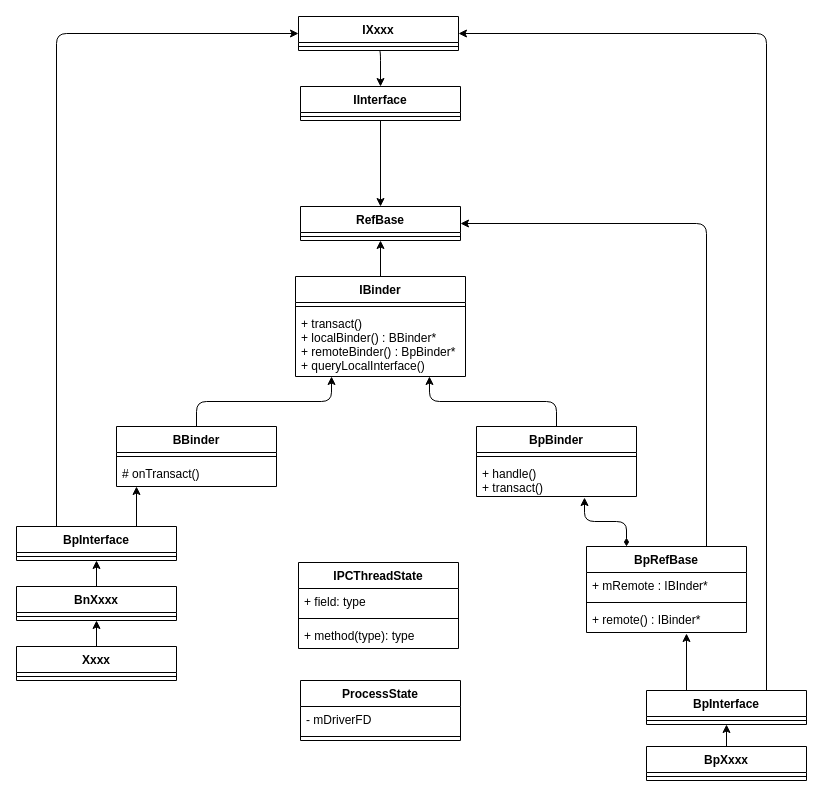
Above: 未命名绘图.drawio in Frezrik/UML (draw.io), before the change. Source tidied: cells renumbered, new cells numbered last; positions are measured from the earlier drawing's top-left corner, leaving out a move shared by most shapes. Both pictures are drawn from the tidied source at 100%, with x=0, y=0 at pixel (16, 16).
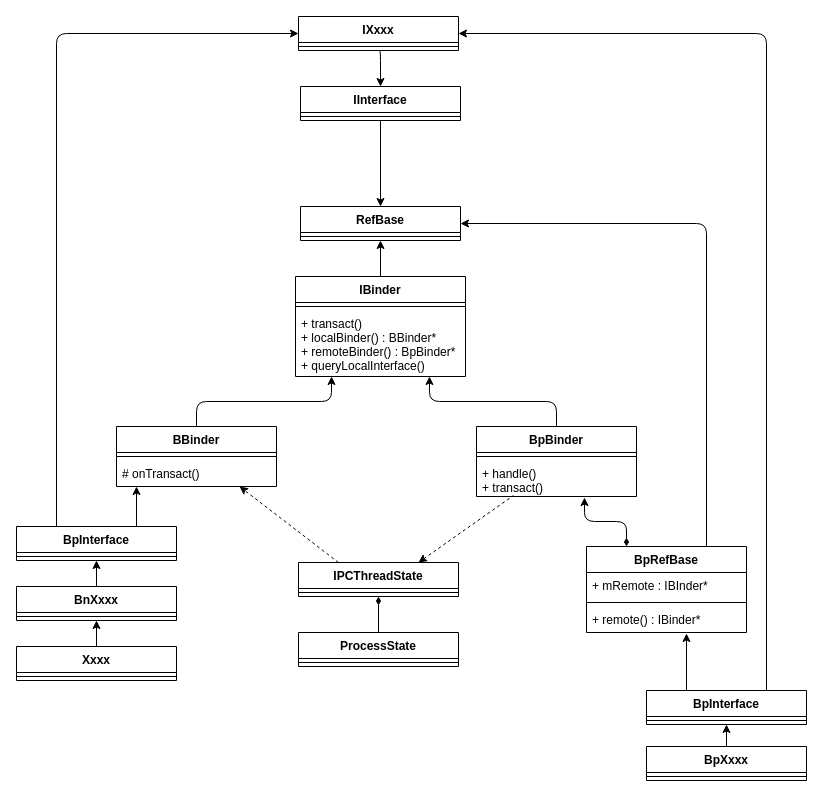
Above is the later version.

Commit message:
更新未命名绘图.drawio

Unchanged cells that the change refers to:
```xml
<mxCell id="11" value="# onTransact()" style="text;strokeColor=none;fillColor=none;align=left;verticalAlign=top;spacingLeft=4;spacingRight=4;overflow=hidden;points=[[0,0.5],[1,0.5]];portConstraint=eastwest;" parent="9" vertex="1">
  <mxGeometry y="34" width="160" height="26" as="geometry" />
</mxCell>
<mxCell id="15" value="+ handle()&#10;+ transact()" style="text;strokeColor=none;fillColor=none;align=left;verticalAlign=top;spacingLeft=4;spacingRight=4;overflow=hidden;points=[[0,0.5],[1,0.5]];portConstraint=eastwest;" parent="13" vertex="1">
  <mxGeometry y="34" width="160" height="36" as="geometry" />
</mxCell>
```

Diff of the diagram source:
```diff
@@
+    <mxCell id="52" style="rounded=0;jettySize=auto;html=1;exitX=0.25;exitY=0;exitDx=0;exitDy=0;entryX=0.769;entryY=1;entryDx=0;entryDy=0;entryPerimeter=0;dashed=1;startArrow=none;startFill=0;endArrow=classic;endFill=1;" parent="1" edge="1" source="45" target="11">
+      <mxGeometry relative="1" as="geometry" />
+    </mxCell>
+    <mxCell id="53" style="rounded=0;jettySize=auto;html=1;exitX=0.75;exitY=0;exitDx=0;exitDy=0;entryX=0.231;entryY=0.972;entryDx=0;entryDy=0;entryPerimeter=0;dashed=1;endArrow=none;endFill=0;startArrow=classic;startFill=1;" parent="1" edge="1" source="45" target="15">
+      <mxGeometry relative="1" as="geometry" />
+    </mxCell>
     <mxCell id="45" value="IPCThreadState" style="swimlane;fontStyle=1;align=center;verticalAlign=top;horizontal=1;startSize=26;rounded=0;sketch=0;" parent="1" vertex="1">
-      <mxGeometry x="282" y="546" width="160" height="86" as="geometry" />
+      <mxGeometry x="282" y="546" width="160" height="34" as="geometry" />
     </mxCell>
-    <mxCell id="46" value="+ field: type" style="text;strokeColor=none;fillColor=none;align=left;verticalAlign=top;spacingLeft=4;spacingRight=4;overflow=hidden;" parent="45" vertex="1">
-      <mxGeometry y="26" width="160" height="26" as="geometry" />
-    </mxCell>
     <mxCell id="47" style="line;strokeWidth=1;fillColor=none;align=left;verticalAlign=middle;spacingTop=-1;spacingLeft=3;spacingRight=3;labelPosition=right;" parent="45" vertex="1">
-      <mxGeometry y="52" width="160" height="8" as="geometry" />
+      <mxGeometry y="26" width="160" height="8" as="geometry" />
     </mxCell>
-    <mxCell id="48" value="+ method(type): type" style="text;strokeColor=none;fillColor=none;align=left;verticalAlign=top;spacingLeft=4;spacingRight=4;overflow=hidden;" parent="45" vertex="1">
-      <mxGeometry y="60" width="160" height="26" as="geometry" />
-    </mxCell>
+    <mxCell id="54" style="edgeStyle=orthogonalEdgeStyle;rounded=0;jettySize=auto;html=1;exitX=0.5;exitY=0;exitDx=0;exitDy=0;entryX=0.5;entryY=1;entryDx=0;entryDy=0;endArrow=diamondThin;endFill=1;" parent="1" edge="1" source="49" target="45">
+      <mxGeometry relative="1" as="geometry" />
+    </mxCell>
     <mxCell id="49" value="ProcessState" style="swimlane;fontStyle=1;align=center;verticalAlign=top;horizontal=1;startSize=26;rounded=0;sketch=0;" parent="1" vertex="1">
-      <mxGeometry x="284" y="664" width="160" height="60" as="geometry" />
+      <mxGeometry x="282" y="616" width="160" height="34" as="geometry" />
     </mxCell>
-    <mxCell id="50" value="- mDriverFD" style="text;strokeColor=none;fillColor=none;align=left;verticalAlign=top;spacingLeft=4;spacingRight=4;overflow=hidden;" parent="49" vertex="1">
-      <mxGeometry y="26" width="160" height="26" as="geometry" />
-    </mxCell>
     <mxCell id="51" style="line;strokeWidth=1;fillColor=none;align=left;verticalAlign=middle;spacingTop=-1;spacingLeft=3;spacingRight=3;labelPosition=right;" parent="49" vertex="1">
-      <mxGeometry y="52" width="160" height="8" as="geometry" />
+      <mxGeometry y="26" width="160" height="8" as="geometry" />
     </mxCell>
```
